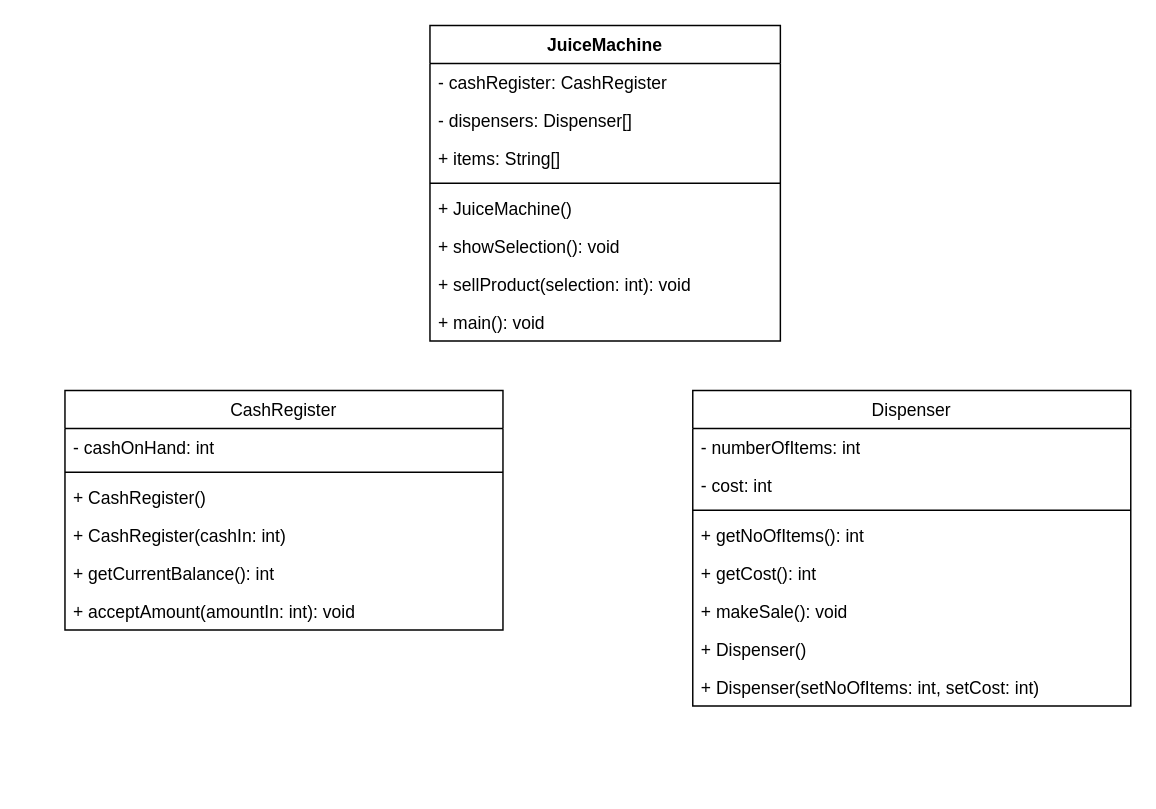
Earlier version of the draw.io diagram src/Untitled Diagram.drawio (aguilarsean/CPE-2101L). Source tidied: cells renumbered, new cells numbered last; positions are measured from the earlier drawing's top-left corner, leaving out a move shared by most shapes. Both pictures are drawn from the tidied source at 146%, with x=0, y=0 at pixel (64, 25).
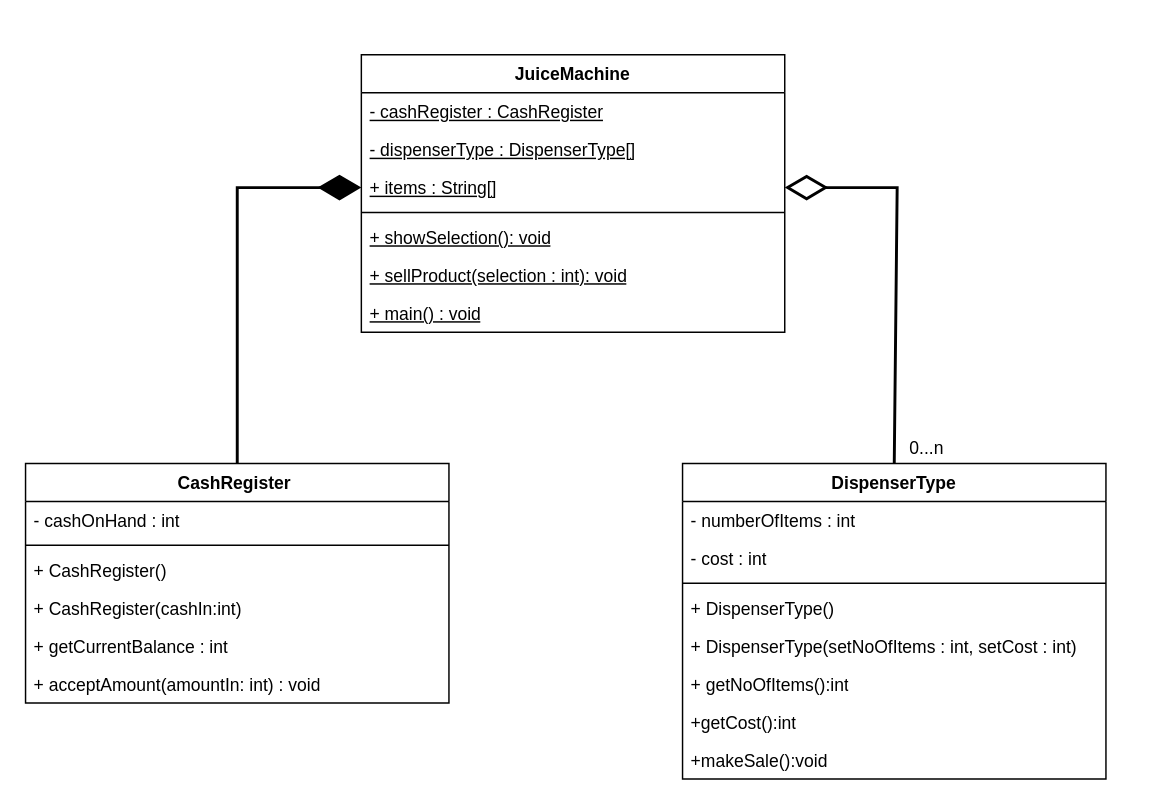
The same page after the edit.

What changed in the source:
```diff
@@
+    <mxCell id="18" value="JuiceMachine" style="swimlane;fontStyle=1;align=center;verticalAlign=top;horizontal=1;startSize=26;whiteSpace=wrap;html=1;" parent="1" vertex="1">
+      <mxGeometry x="203" y="20" width="290" height="190" as="geometry" />
+    </mxCell>
+    <mxCell id="27" value="&lt;u&gt;- cashRegister : CashRegister&lt;/u&gt;" style="text;strokeColor=none;fillColor=none;align=left;verticalAlign=top;spacingLeft=4;spacingRight=4;overflow=hidden;whiteSpace=wrap;html=1;" parent="18" vertex="1">
+      <mxGeometry y="26" width="290" height="26" as="geometry" />
+    </mxCell>
+    <mxCell id="28" value="&lt;u&gt;- dispenserType : DispenserType[]&lt;/u&gt;" style="text;strokeColor=none;fillColor=none;align=left;verticalAlign=top;spacingLeft=4;spacingRight=4;overflow=hidden;whiteSpace=wrap;html=1;" parent="18" vertex="1">
+      <mxGeometry y="52" width="290" height="26" as="geometry" />
+    </mxCell>
+    <mxCell id="29" value="&lt;u&gt;+ items : String[]&lt;/u&gt;" style="text;strokeColor=none;fillColor=none;align=left;verticalAlign=top;spacingLeft=4;spacingRight=4;overflow=hidden;points=[[0,0.5],[1,0.5]];portConstraint=eastwest;whiteSpace=wrap;html=1;" parent="18" vertex="1">
+      <mxGeometry y="78" width="290" height="26" as="geometry" />
+    </mxCell>
+    <mxCell id="30" style="line;strokeWidth=1;fillColor=none;align=left;verticalAlign=middle;spacingTop=-1;spacingLeft=3;spacingRight=3;labelPosition=right;strokeColor=inherit;" parent="18" vertex="1">
+      <mxGeometry y="104" width="290" height="8" as="geometry" />
+    </mxCell>
+    <mxCell id="24" value="&lt;u&gt;+ showSelection(): void&lt;/u&gt;" style="text;strokeColor=none;fillColor=none;align=left;verticalAlign=top;spacingLeft=4;spacingRight=4;overflow=hidden;whiteSpace=wrap;html=1;" parent="18" vertex="1">
+      <mxGeometry y="112" width="290" height="26" as="geometry" />
+    </mxCell>
+    <mxCell id="31" value="&lt;u&gt;+ sellProduct(selection : int): void&lt;/u&gt;" style="text;strokeColor=none;fillColor=none;align=left;verticalAlign=top;spacingLeft=4;spacingRight=4;overflow=hidden;whiteSpace=wrap;html=1;" parent="18" vertex="1">
+      <mxGeometry y="138" width="290" height="26" as="geometry" />
+    </mxCell>
+    <mxCell id="32" value="&lt;u&gt;+ main() : void&lt;/u&gt;" style="text;strokeColor=none;fillColor=none;align=left;verticalAlign=top;spacingLeft=4;spacingRight=4;overflow=hidden;whiteSpace=wrap;html=1;" parent="18" vertex="1">
+      <mxGeometry y="164" width="290" height="26" as="geometry" />
+    </mxCell>
-    <mxCell id="2" value="CashRegister" style="swimlane;fontStyle=0;align=center;verticalAlign=top;horizontal=1;startSize=26;whiteSpace=wrap;html=1;" parent="1" vertex="1">
-      <mxGeometry y="250" width="300" height="164" as="geometry" />
+    <mxCell id="2" value="CashRegister&amp;nbsp;" style="swimlane;fontStyle=1;align=center;verticalAlign=top;horizontal=1;startSize=26;whiteSpace=wrap;html=1;" parent="1" vertex="1">
+      <mxGeometry x="-27" y="300" width="290" height="164" as="geometry" />
     </mxCell>
-    <mxCell id="3" value="- cashOnHand: int" style="text;strokeColor=none;fillColor=none;align=left;verticalAlign=top;spacingLeft=4;spacingRight=4;overflow=hidden;whiteSpace=wrap;html=1;" parent="2" vertex="1">
-      <mxGeometry y="26" width="300" height="26" as="geometry" />
-    </mxCell>
-    <mxCell id="4" style="line;strokeWidth=1;fillColor=none;align=left;verticalAlign=middle;spacingTop=-1;spacingLeft=3;spacingRight=3;labelPosition=right;strokeColor=inherit;" parent="2" vertex="1">
-      <mxGeometry y="52" width="300" height="8" as="geometry" />
-    </mxCell>
+    <mxCell id="33" value="- cashOnHand : int" style="text;strokeColor=none;fillColor=none;align=left;verticalAlign=top;spacingLeft=4;spacingRight=4;overflow=hidden;whiteSpace=wrap;html=1;" parent="2" vertex="1">
+      <mxGeometry y="26" width="290" height="26" as="geometry" />
+    </mxCell>
+    <mxCell id="34" style="line;strokeWidth=1;fillColor=none;align=left;verticalAlign=middle;spacingTop=-1;spacingLeft=3;spacingRight=3;labelPosition=right;strokeColor=inherit;" parent="2" vertex="1">
+      <mxGeometry y="52" width="290" height="8" as="geometry" />
+    </mxCell>
-    <mxCell id="5" value="+ CashRegister()" style="text;strokeColor=none;fillColor=none;align=left;verticalAlign=top;spacingLeft=4;spacingRight=4;overflow=hidden;whiteSpace=wrap;html=1;" parent="2" vertex="1">
-      <mxGeometry y="60" width="300" height="26" as="geometry" />
+    <mxCell id="5" value="+ CashRegister()&amp;nbsp;" style="text;strokeColor=none;fillColor=none;align=left;verticalAlign=top;spacingLeft=4;spacingRight=4;overflow=hidden;whiteSpace=wrap;html=1;" parent="2" vertex="1">
+      <mxGeometry y="60" width="290" height="26" as="geometry" />
     </mxCell>
-    <mxCell id="6" value="+ CashRegister(cashIn: int)" style="text;strokeColor=none;fillColor=none;align=left;verticalAlign=top;spacingLeft=4;spacingRight=4;overflow=hidden;whiteSpace=wrap;html=1;" parent="2" vertex="1">
-      <mxGeometry y="86" width="300" height="26" as="geometry" />
-    </mxCell>
-    <mxCell id="7" value="+ getCurrentBalance(): int" style="text;strokeColor=none;fillColor=none;align=left;verticalAlign=top;spacingLeft=4;spacingRight=4;overflow=hidden;whiteSpace=wrap;html=1;" parent="2" vertex="1">
-      <mxGeometry y="112" width="300" height="26" as="geometry" />
-    </mxCell>
-    <mxCell id="8" value="+ acceptAmount(amountIn: int): void" style="text;strokeColor=none;fillColor=none;align=left;verticalAlign=top;spacingLeft=4;spacingRight=4;overflow=hidden;whiteSpace=wrap;html=1;" parent="2" vertex="1">
-      <mxGeometry y="138" width="300" height="26" as="geometry" />
-    </mxCell>
-    <mxCell id="9" value="Dispenser" style="swimlane;fontStyle=0;align=center;verticalAlign=top;horizontal=1;startSize=26;whiteSpace=wrap;html=1;" parent="1" vertex="1">
-      <mxGeometry x="430" y="250" width="300" height="216" as="geometry" />
-    </mxCell>
-    <mxCell id="10" value="- numberOfItems: int" style="text;strokeColor=none;fillColor=none;align=left;verticalAlign=top;spacingLeft=4;spacingRight=4;overflow=hidden;whiteSpace=wrap;html=1;" parent="9" vertex="1">
-      <mxGeometry y="26" width="300" height="26" as="geometry" />
-    </mxCell>
-    <mxCell id="11" value="- cost: int" style="text;strokeColor=none;fillColor=none;align=left;verticalAlign=top;spacingLeft=4;spacingRight=4;overflow=hidden;whiteSpace=wrap;html=1;" parent="9" vertex="1">
-      <mxGeometry y="52" width="300" height="26" as="geometry" />
-    </mxCell>
-    <mxCell id="12" style="line;strokeWidth=1;fillColor=none;align=left;verticalAlign=middle;spacingTop=-1;spacingLeft=3;spacingRight=3;labelPosition=right;strokeColor=inherit;" parent="9" vertex="1">
-      <mxGeometry y="78" width="300" height="8" as="geometry" />
-    </mxCell>
-    <mxCell id="13" value="+ getNoOfItems(): int" style="text;strokeColor=none;fillColor=none;align=left;verticalAlign=top;spacingLeft=4;spacingRight=4;overflow=hidden;whiteSpace=wrap;html=1;" parent="9" vertex="1">
-      <mxGeometry y="86" width="300" height="26" as="geometry" />
-    </mxCell>
-    <mxCell id="14" value="+ getCost(): int" style="text;strokeColor=none;fillColor=none;align=left;verticalAlign=top;spacingLeft=4;spacingRight=4;overflow=hidden;whiteSpace=wrap;html=1;" parent="9" vertex="1">
-      <mxGeometry y="112" width="300" height="26" as="geometry" />
-    </mxCell>
-    <mxCell id="15" value="+ makeSale(): void" style="text;strokeColor=none;fillColor=none;align=left;verticalAlign=top;spacingLeft=4;spacingRight=4;overflow=hidden;whiteSpace=wrap;html=1;" parent="9" vertex="1">
-      <mxGeometry y="138" width="300" height="26" as="geometry" />
-    </mxCell>
-    <mxCell id="16" value="+ Dispenser()" style="text;strokeColor=none;fillColor=none;align=left;verticalAlign=top;spacingLeft=4;spacingRight=4;overflow=hidden;whiteSpace=wrap;html=1;" parent="9" vertex="1">
-      <mxGeometry y="164" width="300" height="26" as="geometry" />
-    </mxCell>
-    <mxCell id="17" value="+ Dispenser(setNoOfItems: int, setCost: int)" style="text;strokeColor=none;fillColor=none;align=left;verticalAlign=top;spacingLeft=4;spacingRight=4;overflow=hidden;whiteSpace=wrap;html=1;" parent="9" vertex="1">
-      <mxGeometry y="190" width="300" height="26" as="geometry" />
-    </mxCell>
-    <mxCell id="18" value="JuiceMachine" style="swimlane;fontStyle=1;align=center;verticalAlign=top;horizontal=1;startSize=26;whiteSpace=wrap;html=1;" parent="1" vertex="1">
-      <mxGeometry x="250" width="240" height="216" as="geometry" />
-    </mxCell>
-    <mxCell id="19" value="- cashRegister: CashRegister" style="text;strokeColor=none;fillColor=none;align=left;verticalAlign=top;spacingLeft=4;spacingRight=4;overflow=hidden;whiteSpace=wrap;html=1;" parent="18" vertex="1">
-      <mxGeometry y="26" width="240" height="26" as="geometry" />
-    </mxCell>
-    <mxCell id="20" value="- dispensers: Dispenser[]" style="text;strokeColor=none;fillColor=none;align=left;verticalAlign=top;spacingLeft=4;spacingRight=4;overflow=hidden;whiteSpace=wrap;html=1;" parent="18" vertex="1">
-      <mxGeometry y="52" width="240" height="26" as="geometry" />
-    </mxCell>
-    <mxCell id="21" value="+ items: String[]" style="text;strokeColor=none;fillColor=none;align=left;verticalAlign=top;spacingLeft=4;spacingRight=4;overflow=hidden;whiteSpace=wrap;html=1;" parent="18" vertex="1">
-      <mxGeometry y="78" width="240" height="26" as="geometry" />
-    </mxCell>
-    <mxCell id="22" style="line;strokeWidth=1;fillColor=none;align=left;verticalAlign=middle;spacingTop=-1;spacingLeft=3;spacingRight=3;labelPosition=right;strokeColor=inherit;" parent="18" vertex="1">
-      <mxGeometry y="104" width="240" height="8" as="geometry" />
-    </mxCell>
-    <mxCell id="23" value="+ JuiceMachine()" style="text;strokeColor=none;fillColor=none;align=left;verticalAlign=top;spacingLeft=4;spacingRight=4;overflow=hidden;whiteSpace=wrap;html=1;" parent="18" vertex="1">
-      <mxGeometry y="112" width="240" height="26" as="geometry" />
-    </mxCell>
-    <mxCell id="24" value="+ showSelection(): void" style="text;strokeColor=none;fillColor=none;align=left;verticalAlign=top;spacingLeft=4;spacingRight=4;overflow=hidden;whiteSpace=wrap;html=1;" parent="18" vertex="1">
-      <mxGeometry y="138" width="240" height="26" as="geometry" />
-    </mxCell>
-    <mxCell id="25" value="+ sellProduct(selection: int): void" style="text;strokeColor=none;fillColor=none;align=left;verticalAlign=top;spacingLeft=4;spacingRight=4;overflow=hidden;whiteSpace=wrap;html=1;" parent="18" vertex="1">
-      <mxGeometry y="164" width="240" height="26" as="geometry" />
-    </mxCell>
-    <mxCell id="26" value="+ main(): void" style="text;strokeColor=none;fillColor=none;align=left;verticalAlign=top;spacingLeft=4;spacingRight=4;overflow=hidden;whiteSpace=wrap;html=1;" parent="18" vertex="1">
-      <mxGeometry y="190" width="240" height="26" as="geometry" />
-    </mxCell>
+    <mxCell id="35" value="+ CashRegister(cashIn:int)" style="text;strokeColor=none;fillColor=none;align=left;verticalAlign=top;spacingLeft=4;spacingRight=4;overflow=hidden;whiteSpace=wrap;html=1;" parent="2" vertex="1">
+      <mxGeometry y="86" width="290" height="26" as="geometry" />
+    </mxCell>
+    <mxCell id="36" value="+ getCurrentBalance : int" style="text;strokeColor=none;fillColor=none;align=left;verticalAlign=top;spacingLeft=4;spacingRight=4;overflow=hidden;whiteSpace=wrap;html=1;" parent="2" vertex="1">
+      <mxGeometry y="112" width="290" height="26" as="geometry" />
+    </mxCell>
+    <mxCell id="37" value="+ acceptAmount(amountIn: int) : void" style="text;strokeColor=none;fillColor=none;align=left;verticalAlign=top;spacingLeft=4;spacingRight=4;overflow=hidden;whiteSpace=wrap;html=1;" parent="2" vertex="1">
+      <mxGeometry y="138" width="290" height="26" as="geometry" />
+    </mxCell>
+    <mxCell id="38" value="DispenserType" style="swimlane;fontStyle=1;align=center;verticalAlign=top;horizontal=1;startSize=26;whiteSpace=wrap;html=1;" parent="1" vertex="1">
+      <mxGeometry x="423" y="300" width="290" height="216" as="geometry" />
+    </mxCell>
+    <mxCell id="39" value="- numberOfItems : int" style="text;strokeColor=none;fillColor=none;align=left;verticalAlign=top;spacingLeft=4;spacingRight=4;overflow=hidden;whiteSpace=wrap;html=1;" parent="38" vertex="1">
+      <mxGeometry y="26" width="290" height="26" as="geometry" />
+    </mxCell>
+    <mxCell id="40" value="- cost : int" style="text;strokeColor=none;fillColor=none;align=left;verticalAlign=top;spacingLeft=4;spacingRight=4;overflow=hidden;whiteSpace=wrap;html=1;" parent="38" vertex="1">
+      <mxGeometry y="52" width="290" height="26" as="geometry" />
+    </mxCell>
+    <mxCell id="41" style="line;strokeWidth=1;fillColor=none;align=left;verticalAlign=middle;spacingTop=-1;spacingLeft=3;spacingRight=3;labelPosition=right;strokeColor=inherit;" parent="38" vertex="1">
+      <mxGeometry y="78" width="290" height="8" as="geometry" />
+    </mxCell>
+    <mxCell id="42" value="+ DispenserType()" style="text;strokeColor=none;fillColor=none;align=left;verticalAlign=top;spacingLeft=4;spacingRight=4;overflow=hidden;whiteSpace=wrap;html=1;" parent="38" vertex="1">
+      <mxGeometry y="86" width="290" height="26" as="geometry" />
+    </mxCell>
+    <mxCell id="43" value="+ DispenserType(setNoOfItems : int, setCost : int)" style="text;strokeColor=none;fillColor=none;align=left;verticalAlign=top;spacingLeft=4;spacingRight=4;overflow=hidden;whiteSpace=wrap;html=1;" parent="38" vertex="1">
+      <mxGeometry y="112" width="290" height="26" as="geometry" />
+    </mxCell>
+    <mxCell id="44" value="+ getNoOfItems():int" style="text;strokeColor=none;fillColor=none;align=left;verticalAlign=top;spacingLeft=4;spacingRight=4;overflow=hidden;whiteSpace=wrap;html=1;" parent="38" vertex="1">
+      <mxGeometry y="138" width="290" height="26" as="geometry" />
+    </mxCell>
+    <mxCell id="45" value="+getCost():int" style="text;strokeColor=none;fillColor=none;align=left;verticalAlign=top;spacingLeft=4;spacingRight=4;overflow=hidden;whiteSpace=wrap;html=1;" parent="38" vertex="1">
+      <mxGeometry y="164" width="290" height="26" as="geometry" />
+    </mxCell>
+    <mxCell id="46" value="+makeSale():void" style="text;strokeColor=none;fillColor=none;align=left;verticalAlign=top;spacingLeft=4;spacingRight=4;overflow=hidden;whiteSpace=wrap;html=1;" parent="38" vertex="1">
+      <mxGeometry y="190" width="290" height="26" as="geometry" />
+    </mxCell>
+    <mxCell id="47" style="endArrow=diamondThin;endFill=1;endSize=24;html=1;rounded=0;exitX=0.5;exitY=0;exitDx=0;exitDy=0;strokeWidth=2;entryX=0;entryY=0.5;entryDx=0;entryDy=0;" parent="1" edge="1" source="2" target="29">
+      <mxGeometry relative="1" as="geometry">
+        <Array as="points">
+          <mxPoint x="118" y="111" />
+        </Array>
+      </mxGeometry>
+    </mxCell>
+    <mxCell id="48" style="endArrow=diamondThin;endFill=0;endSize=24;html=1;rounded=0;entryX=1;entryY=0.5;entryDx=0;entryDy=0;strokeWidth=2;exitX=0.5;exitY=0;exitDx=0;exitDy=0;" parent="1" edge="1" source="38" target="29">
+      <mxGeometry relative="1" as="geometry">
+        <Array as="points">
+          <mxPoint x="570" y="111" />
+        </Array>
+      </mxGeometry>
+    </mxCell>
+    <mxCell id="49" value="0...n" style="text;strokeColor=none;align=center;fillColor=none;html=1;verticalAlign=middle;whiteSpace=wrap;rounded=0;" parent="1" vertex="1">
+      <mxGeometry x="570" y="280" width="41" height="20" as="geometry" />
+    </mxCell>
```
